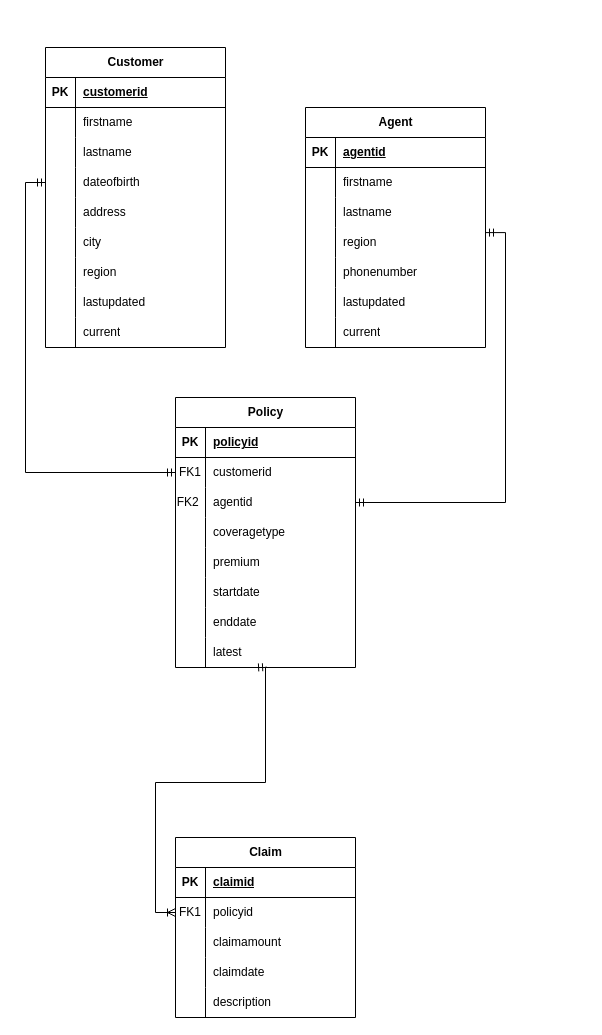
Earlier version of the draw.io diagram Untitled Diagram.drawio (JamesWSLim/delta-medallion-project). Source tidied: cells renumbered, new cells numbered last; positions are measured from the earlier drawing's top-left corner, leaving out a move shared by most shapes. Both pictures are drawn from the tidied source at 100%, with x=0, y=0 at pixel (45, 47).
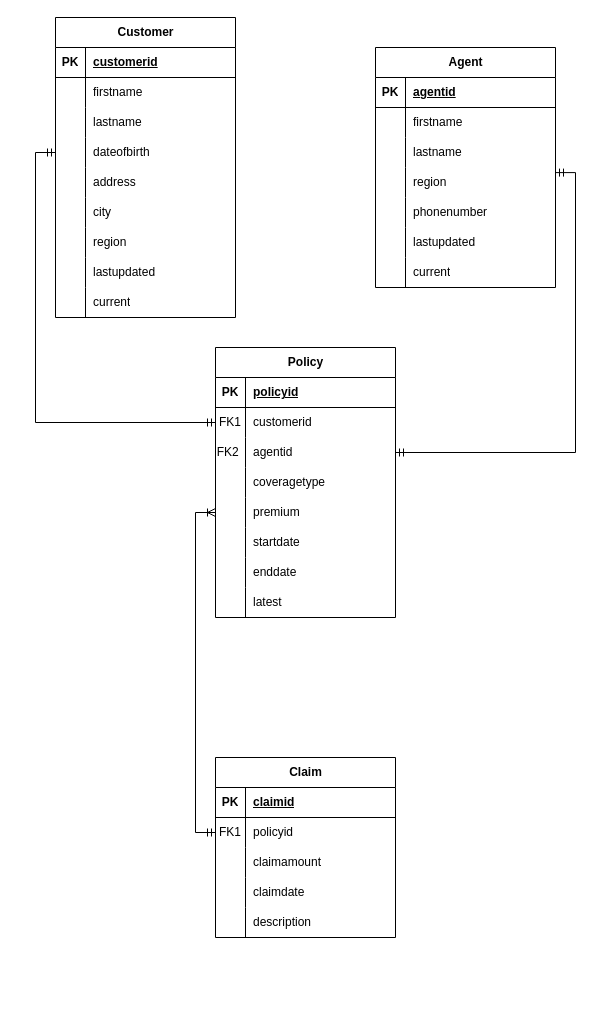
The same diagram, later.

Commit message:
Updated Table Schema

Unchanged cells that the change refers to:
```xml
<mxCell id="65" style="shape=tableRow;horizontal=0;startSize=0;swimlaneHead=0;swimlaneBody=0;fillColor=none;points=[[0,0.5],[1,0.5]];portConstraint=eastwest;top=0;left=0;right=0;bottom=0;" parent="52" vertex="1">
  <mxGeometry y="150" width="180" height="30" as="geometry" />
</mxCell>
<mxCell id="74" style="shape=tableRow;horizontal=0;startSize=0;swimlaneHead=0;swimlaneBody=0;fillColor=none;points=[[0,0.5],[1,0.5]];portConstraint=eastwest;top=0;left=0;right=0;bottom=0;" parent="52" vertex="1">
  <mxGeometry y="240" width="180" height="30" as="geometry" />
</mxCell>
<mxCell id="81" style="shape=tableRow;horizontal=0;startSize=0;swimlaneHead=0;swimlaneBody=0;fillColor=none;points=[[0,0.5],[1,0.5]];portConstraint=eastwest;top=0;left=0;right=0;bottom=0;" parent="77" vertex="1">
  <mxGeometry y="60" width="180" height="30" as="geometry" />
</mxCell>
```

Change to the diagram source:
```diff
@@
     <mxCell id="2" value="Customer" style="shape=table;startSize=30;childLayout=tableLayout;rowLines=0;fontStyle=1;align=center;html=1;" parent="1" vertex="1">
-      <mxGeometry width="180" height="300" as="geometry" />
+      <mxGeometry x="10" y="-30" width="180" height="300" as="geometry" />
     </mxCell>
@@
     <mxCell id="30" value="Agent" style="shape=table;startSize=30;childLayout=tableLayout;rowLines=0;fontStyle=1;align=center;html=1;" parent="1" vertex="1">
-      <mxGeometry x="260" y="60" width="180" height="240" as="geometry" />
+      <mxGeometry x="330" width="180" height="240" as="geometry" />
     </mxCell>
@@
     <mxCell id="52" value="Policy" style="shape=table;startSize=30;childLayout=tableLayout;rowLines=0;fontStyle=1;align=center;html=1;" parent="1" vertex="1">
-      <mxGeometry x="130" y="350" width="180" height="270" as="geometry" />
+      <mxGeometry x="170" y="300" width="180" height="270" as="geometry" />
     </mxCell>
@@
     <mxCell id="77" value="Claim" style="shape=table;startSize=30;childLayout=tableLayout;rowLines=0;fontStyle=1;align=center;html=1;" parent="1" vertex="1">
-      <mxGeometry x="130" y="790" width="180" height="180" as="geometry" />
+      <mxGeometry x="170" y="710" width="180" height="180" as="geometry" />
     </mxCell>
@@
-    <mxCell id="95" style="edgeStyle=orthogonalEdgeStyle;rounded=0;jettySize=auto;html=1;exitX=0;exitY=0.5;exitDx=0;exitDy=0;entryX=0.506;entryY=0.985;entryDx=0;entryDy=0;entryPerimeter=0;startArrow=ERoneToMany;startFill=0;endArrow=ERmandOne;endFill=0;" parent="1" edge="1" source="81" target="74">
-      <mxGeometry relative="1" as="geometry">
-        <Array as="points">
-          <mxPoint x="110" y="865" />
-          <mxPoint x="110" y="735" />
-          <mxPoint x="220" y="735" />
-          <mxPoint x="220" y="620" />
-        </Array>
-      </mxGeometry>
-    </mxCell>
+    <mxCell id="96" style="edgeStyle=orthogonalEdgeStyle;rounded=0;jettySize=auto;html=1;exitX=0;exitY=0.5;exitDx=0;exitDy=0;entryX=0;entryY=0.5;entryDx=0;entryDy=0;startArrow=ERmandOne;startFill=0;endArrow=ERoneToMany;endFill=0;" parent="1" edge="1" source="81" target="65">
+      <mxGeometry relative="1" as="geometry" />
+    </mxCell>
```
